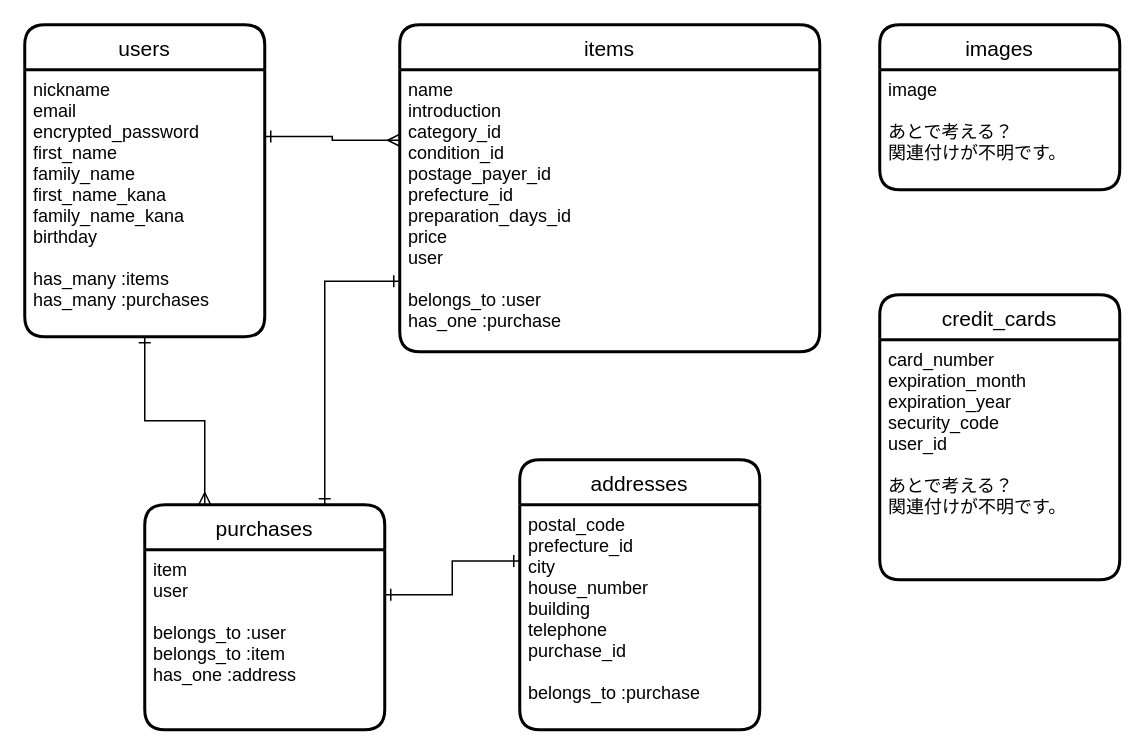
MitsuTurtle/furima-30323 keeps this draw.io diagram as ER.dio. Above is the earlier version. Source tidied: cells renumbered, new cells numbered last; positions are measured from the earlier drawing's top-left corner, leaving out a move shared by most shapes. Both pictures are drawn from the tidied source at 150%, with x=0, y=0 at pixel (24, 24).
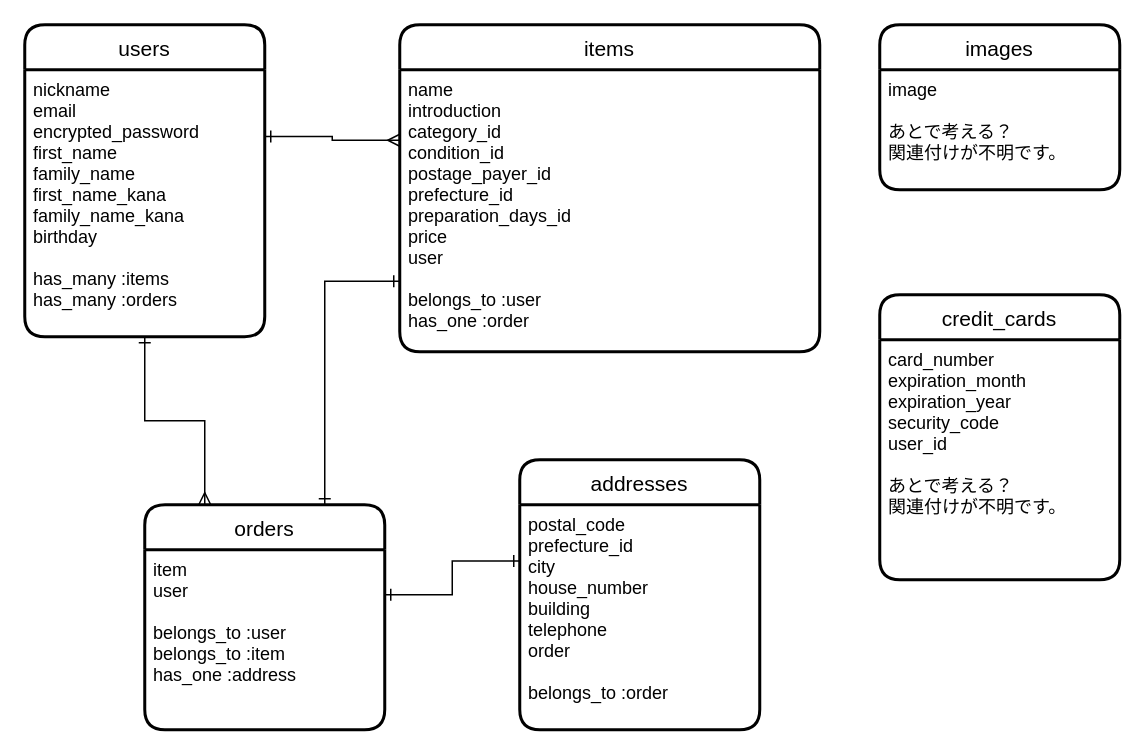
The same diagram, later.

Commit message (it also covers changes not shown here):
ER図、README修正

Diff of the diagram source:
```diff
@@
 <mxGraphModel>
   <root>
     <mxCell id="0" />
     <mxCell id="1" parent="0" />
     <mxCell id="2" style="edgeStyle=orthogonalEdgeStyle;rounded=0;jettySize=auto;html=1;exitX=1;exitY=0.25;exitDx=0;exitDy=0;entryX=0;entryY=0.25;entryDx=0;entryDy=0;startArrow=ERone;startFill=0;endArrow=ERmany;endFill=0;" parent="1" edge="1" source="11" target="13">
       <mxGeometry relative="1" as="geometry" />
     </mxCell>
     <mxCell id="3" style="edgeStyle=orthogonalEdgeStyle;rounded=0;jettySize=auto;html=1;exitX=0.5;exitY=1;exitDx=0;exitDy=0;entryX=0.25;entryY=0;entryDx=0;entryDy=0;startArrow=ERone;startFill=0;endArrow=ERmany;endFill=0;" parent="1" edge="1" source="11" target="6">
       <mxGeometry relative="1" as="geometry" />
     </mxCell>
     <mxCell id="4" style="edgeStyle=orthogonalEdgeStyle;rounded=0;jettySize=auto;html=1;exitX=0;exitY=0.75;exitDx=0;exitDy=0;entryX=0.75;entryY=0;entryDx=0;entryDy=0;startArrow=ERone;startFill=0;endArrow=ERone;endFill=0;" parent="1" edge="1" source="13" target="6">
       <mxGeometry relative="1" as="geometry" />
     </mxCell>
     <mxCell id="5" style="edgeStyle=orthogonalEdgeStyle;rounded=0;jettySize=auto;html=1;exitX=0;exitY=0.25;exitDx=0;exitDy=0;entryX=1;entryY=0.25;entryDx=0;entryDy=0;startArrow=ERone;startFill=0;endArrow=ERone;endFill=0;" parent="1" edge="1" source="9" target="7">
       <mxGeometry relative="1" as="geometry" />
     </mxCell>
-    <mxCell id="6" value="purchases" style="swimlane;horizontal=1;startSize=30;rounded=1;fontSize=14;fontStyle=0;strokeWidth=2;shadow=0;dashed=0;align=center;" parent="1" vertex="1">
+    <mxCell id="6" value="orders" style="swimlane;horizontal=1;startSize=30;rounded=1;fontSize=14;fontStyle=0;strokeWidth=2;shadow=0;dashed=0;align=center;" parent="1" vertex="1">
       <mxGeometry x="80" y="320" width="160" height="150" as="geometry" />
     </mxCell>
     <mxCell id="7" value="item&#10;user&#10;&#10;belongs_to :user&#10;belongs_to :item&#10;has_one :address" style="align=left;strokeColor=none;fillColor=none;spacingLeft=4;fontSize=12;verticalAlign=top;" parent="6" vertex="1">
       <mxGeometry y="30" width="160" height="120" as="geometry" />
     </mxCell>
     <mxCell id="8" value="addresses" style="swimlane;horizontal=1;startSize=30;rounded=1;fontSize=14;fontStyle=0;strokeWidth=2;shadow=0;dashed=0;align=center;" parent="1" vertex="1">
       <mxGeometry x="330" y="290" width="160" height="180" as="geometry" />
     </mxCell>
-    <mxCell id="9" value="postal_code&#10;prefecture_id&#10;city&#10;house_number&#10;building&#10;telephone&#10;purchase_id&#10;&#10;belongs_to :purchase" style="align=left;strokeColor=none;fillColor=none;spacingLeft=4;fontSize=12;verticalAlign=top;" parent="8" vertex="1">
+    <mxCell id="9" value="postal_code&#10;prefecture_id&#10;city&#10;house_number&#10;building&#10;telephone&#10;order&#10;&#10;belongs_to :order" style="align=left;strokeColor=none;fillColor=none;spacingLeft=4;fontSize=12;verticalAlign=top;" parent="8" vertex="1">
       <mxGeometry y="30" width="160" height="150" as="geometry" />
     </mxCell>
     <mxCell id="10" value="users" style="swimlane;horizontal=1;startSize=30;rounded=1;fontSize=14;fontStyle=0;strokeWidth=2;shadow=0;dashed=0;align=center;" parent="1" vertex="1">
       <mxGeometry width="160" height="208" as="geometry" />
     </mxCell>
-    <mxCell id="11" value="nickname&#10;email&#10;encrypted_password&#10;first_name&#10;family_name&#10;first_name_kana&#10;family_name_kana&#10;birthday&#10;&#10;has_many :items&#10;has_many :purchases" style="align=left;strokeColor=none;fillColor=none;spacingLeft=4;fontSize=12;verticalAlign=top;" parent="10" vertex="1">
+    <mxCell id="11" value="nickname&#10;email&#10;encrypted_password&#10;first_name&#10;family_name&#10;first_name_kana&#10;family_name_kana&#10;birthday&#10;&#10;has_many :items&#10;has_many :orders" style="align=left;strokeColor=none;fillColor=none;spacingLeft=4;fontSize=12;verticalAlign=top;" parent="10" vertex="1">
       <mxGeometry y="30" width="160" height="178" as="geometry" />
     </mxCell>
     <mxCell id="12" value="items" style="swimlane;horizontal=1;startSize=30;rounded=1;fontSize=14;fontStyle=0;strokeWidth=2;shadow=0;dashed=0;align=center;" parent="1" vertex="1">
       <mxGeometry x="250" width="280" height="218" as="geometry" />
     </mxCell>
-    <mxCell id="13" value="name&#10;introduction&#10;category_id&#10;condition_id&#10;postage_payer_id&#10;prefecture_id&#10;preparation_days_id&#10;price&#10;user&#10;&#10;belongs_to :user&#10;has_one :purchase" style="align=left;strokeColor=none;fillColor=none;spacingLeft=4;fontSize=12;verticalAlign=top;" parent="12" vertex="1">
+    <mxCell id="13" value="name&#10;introduction&#10;category_id&#10;condition_id&#10;postage_payer_id&#10;prefecture_id&#10;preparation_days_id&#10;price&#10;user&#10;&#10;belongs_to :user&#10;has_one :order" style="align=left;strokeColor=none;fillColor=none;spacingLeft=4;fontSize=12;verticalAlign=top;" parent="12" vertex="1">
       <mxGeometry y="30" width="280" height="188" as="geometry" />
     </mxCell>
     <mxCell id="14" value="credit_cards" style="swimlane;horizontal=1;startSize=30;rounded=1;fontSize=14;fontStyle=0;strokeWidth=2;shadow=0;dashed=0;align=center;" parent="1" vertex="1">
       <mxGeometry x="570" y="180" width="160" height="190" as="geometry" />
     </mxCell>
     <mxCell id="15" value="card_number&#10;expiration_month&#10;expiration_year&#10;security_code&#10;user_id&#10;&#10;あとで考える？&#10;関連付けが不明です。" style="align=left;strokeColor=none;fillColor=none;spacingLeft=4;fontSize=12;verticalAlign=top;" parent="14" vertex="1">
       <mxGeometry y="30" width="160" height="160" as="geometry" />
     </mxCell>
     <mxCell id="16" value="images" style="swimlane;horizontal=1;startSize=30;rounded=1;fontSize=14;fontStyle=0;strokeWidth=2;shadow=0;dashed=0;align=center;" parent="1" vertex="1">
       <mxGeometry x="570" width="160" height="110" as="geometry" />
     </mxCell>
     <mxCell id="17" value="image&#10;&#10;あとで考える？&#10;関連付けが不明です。" style="align=left;strokeColor=none;fillColor=none;spacingLeft=4;fontSize=12;verticalAlign=top;" parent="16" vertex="1">
       <mxGeometry y="30" width="160" height="80" as="geometry" />
     </mxCell>
   </root>
 </mxGraphModel>
```
